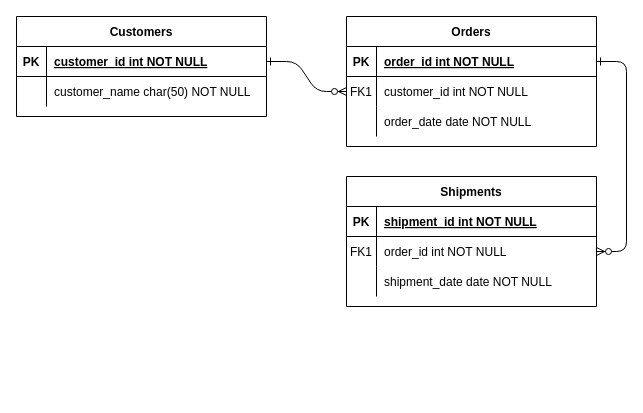
Before: AgencySchema.drawio in vittrum/dbc_adv_agency, a draw.io diagram. Source tidied: cells renumbered, new cells numbered last; positions are measured from the earlier drawing's top-left corner, leaving out a move shared by most shapes. Both pictures are drawn from the tidied source at 100%, with x=0, y=0 at pixel (16, 16).
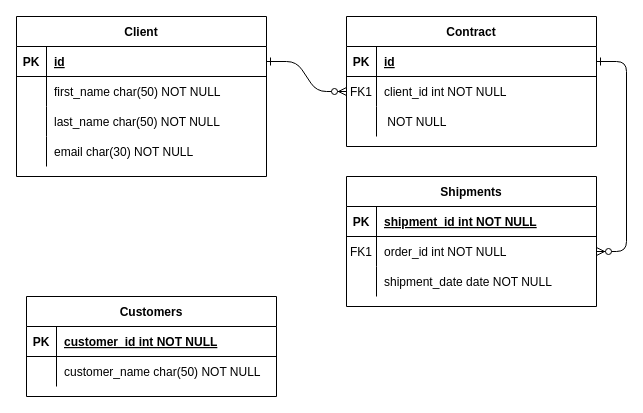
The same page after the edit.

Unchanged cells that the change refers to:
```xml
<mxCell id="5" style="shape=partialRectangle;fillColor=none;points=[[0,0.5],[1,0.5]];portConstraint=eastwest;top=0;left=0;right=0;bottom=1;" parent="4" vertex="1">
  <mxGeometry y="30" width="250" height="30" as="geometry" />
</mxCell>
<mxCell id="8" style="shape=partialRectangle;fillColor=none;points=[[0,0.5],[1,0.5]];portConstraint=eastwest;top=0;left=0;right=0;bottom=0;" parent="4" vertex="1">
  <mxGeometry y="60" width="250" height="30" as="geometry" />
</mxCell>
<mxCell id="11" style="shape=partialRectangle;fillColor=none;top=0;left=0;right=0;bottom=0;" parent="4" vertex="1">
  <mxGeometry y="90" width="250" height="30" as="geometry" />
</mxCell>
<mxCell id="25" style="shape=partialRectangle;fillColor=none;points=[[0,0.5],[1,0.5]];portConstraint=eastwest;top=0;left=0;right=0;bottom=1;" parent="24" vertex="1">
  <mxGeometry y="30" width="250" height="30" as="geometry" />
</mxCell>
<mxCell id="28" style="shape=partialRectangle;fillColor=none;top=0;left=0;right=0;bottom=0;" parent="24" vertex="1">
  <mxGeometry y="60" width="250" height="30" as="geometry" />
</mxCell>
```

Diff of the diagram source:
```diff
@@
-    <mxCell id="4" value="Orders" style="shape=table;startSize=30;childLayout=tableLayout;rowLines=0;fontStyle=1;align=center;" parent="1" vertex="1">
+    <mxCell id="4" value="Contract" style="shape=table;startSize=30;childLayout=tableLayout;rowLines=0;fontStyle=1;align=center;" parent="1" vertex="1">
       <mxGeometry x="330" width="250" height="130" as="geometry" />
     </mxCell>
@@
-    <mxCell id="7" value="order_id int NOT NULL " style="shape=partialRectangle;overflow=hidden;fillColor=none;top=0;left=0;bottom=0;right=0;align=left;spacingLeft=6;fontStyle=5;" parent="5" vertex="1">
+    <mxCell id="7" value="id" style="shape=partialRectangle;overflow=hidden;fillColor=none;top=0;left=0;bottom=0;right=0;align=left;spacingLeft=6;fontStyle=5;" parent="5" vertex="1">
       <mxGeometry x="30" width="220" height="30" as="geometry" />
     </mxCell>
@@
-    <mxCell id="10" value="customer_id int NOT NULL" style="shape=partialRectangle;overflow=hidden;fillColor=none;top=0;left=0;bottom=0;right=0;align=left;spacingLeft=6;" parent="8" vertex="1">
+    <mxCell id="10" value="client_id int NOT NULL" style="shape=partialRectangle;overflow=hidden;fillColor=none;top=0;left=0;bottom=0;right=0;align=left;spacingLeft=6;" parent="8" vertex="1">
       <mxGeometry x="30" width="220" height="30" as="geometry" />
     </mxCell>
@@
-    <mxCell id="13" value="order_date date NOT NULL" style="shape=partialRectangle;overflow=hidden;fillColor=none;top=0;left=0;bottom=0;right=0;align=left;spacingLeft=6;" parent="11" vertex="1">
+    <mxCell id="13" value=" NOT NULL" style="shape=partialRectangle;overflow=hidden;fillColor=none;top=0;left=0;bottom=0;right=0;align=left;spacingLeft=6;" parent="11" vertex="1">
       <mxGeometry x="30" width="220" height="30" as="geometry" />
     </mxCell>
@@
-    <mxCell id="24" value="Customers" style="shape=table;startSize=30;childLayout=tableLayout;rowLines=0;fontStyle=1;align=center;" parent="1" vertex="1">
-      <mxGeometry width="250" height="100" as="geometry" />
+    <mxCell id="24" value="Client" style="shape=table;startSize=30;childLayout=tableLayout;rowLines=0;fontStyle=1;align=center;" parent="1" vertex="1">
+      <mxGeometry width="250" height="160" as="geometry" />
     </mxCell>
@@
-    <mxCell id="27" value="customer_id int NOT NULL " style="shape=partialRectangle;overflow=hidden;fillColor=none;top=0;left=0;bottom=0;right=0;align=left;spacingLeft=6;fontStyle=5;" parent="25" vertex="1">
+    <mxCell id="27" value="id" style="shape=partialRectangle;overflow=hidden;fillColor=none;top=0;left=0;bottom=0;right=0;align=left;spacingLeft=6;fontStyle=5;" parent="25" vertex="1">
       <mxGeometry x="30" width="220" height="30" as="geometry" />
     </mxCell>
@@
-    <mxCell id="30" value="customer_name char(50) NOT NULL" style="shape=partialRectangle;overflow=hidden;fillColor=none;top=0;left=0;bottom=0;right=0;align=left;spacingLeft=6;" parent="28" vertex="1">
+    <mxCell id="30" value="first_name char(50) NOT NULL" style="shape=partialRectangle;overflow=hidden;fillColor=none;top=0;left=0;bottom=0;right=0;align=left;spacingLeft=6;" parent="28" vertex="1">
       <mxGeometry x="30" width="220" height="30" as="geometry" />
     </mxCell>
+    <mxCell id="31" style="shape=partialRectangle;fillColor=none;top=0;left=0;right=0;bottom=0;" parent="24" vertex="1">
+      <mxGeometry y="90" width="250" height="30" as="geometry" />
+    </mxCell>
+    <mxCell id="32" style="shape=partialRectangle;overflow=hidden;fillColor=none;top=0;left=0;bottom=0;right=0;" parent="31" vertex="1">
+      <mxGeometry width="30" height="30" as="geometry" />
+    </mxCell>
+    <mxCell id="33" value="last_name char(50) NOT NULL" style="shape=partialRectangle;overflow=hidden;fillColor=none;top=0;left=0;bottom=0;right=0;align=left;spacingLeft=6;" parent="31" vertex="1">
+      <mxGeometry x="30" width="220" height="30" as="geometry" />
+    </mxCell>
+    <mxCell id="34" style="shape=partialRectangle;fillColor=none;top=0;left=0;right=0;bottom=0;" parent="24" vertex="1">
+      <mxGeometry y="120" width="250" height="30" as="geometry" />
+    </mxCell>
+    <mxCell id="35" style="shape=partialRectangle;overflow=hidden;fillColor=none;top=0;left=0;bottom=0;right=0;" parent="34" vertex="1">
+      <mxGeometry width="30" height="30" as="geometry" />
+    </mxCell>
+    <mxCell id="36" value="email char(30) NOT NULL" style="shape=partialRectangle;overflow=hidden;fillColor=none;top=0;left=0;bottom=0;right=0;align=left;spacingLeft=6;" parent="34" vertex="1">
+      <mxGeometry x="30" width="220" height="30" as="geometry" />
+    </mxCell>
+    <mxCell id="37" value="Customers" style="shape=table;startSize=30;childLayout=tableLayout;rowLines=0;fontStyle=1;align=center;" parent="1" vertex="1">
+      <mxGeometry x="10" y="280" width="250" height="100" as="geometry" />
+    </mxCell>
+    <mxCell id="38" style="shape=partialRectangle;fillColor=none;top=0;left=0;right=0;bottom=1;" parent="37" vertex="1">
+      <mxGeometry y="30" width="250" height="30" as="geometry" />
+    </mxCell>
+    <mxCell id="39" value="PK" style="shape=partialRectangle;overflow=hidden;fillColor=none;top=0;left=0;bottom=0;right=0;fontStyle=1;" parent="38" vertex="1">
+      <mxGeometry width="30" height="30" as="geometry" />
+    </mxCell>
+    <mxCell id="40" value="customer_id int NOT NULL " style="shape=partialRectangle;overflow=hidden;fillColor=none;top=0;left=0;bottom=0;right=0;align=left;spacingLeft=6;fontStyle=5;" parent="38" vertex="1">
+      <mxGeometry x="30" width="220" height="30" as="geometry" />
+    </mxCell>
+    <mxCell id="41" style="shape=partialRectangle;fillColor=none;top=0;left=0;right=0;bottom=0;" parent="37" vertex="1">
+      <mxGeometry y="60" width="250" height="30" as="geometry" />
+    </mxCell>
+    <mxCell id="42" style="shape=partialRectangle;overflow=hidden;fillColor=none;top=0;left=0;bottom=0;right=0;" parent="41" vertex="1">
+      <mxGeometry width="30" height="30" as="geometry" />
+    </mxCell>
+    <mxCell id="43" value="customer_name char(50) NOT NULL" style="shape=partialRectangle;overflow=hidden;fillColor=none;top=0;left=0;bottom=0;right=0;align=left;spacingLeft=6;" parent="41" vertex="1">
+      <mxGeometry x="30" width="220" height="30" as="geometry" />
+    </mxCell>
```
